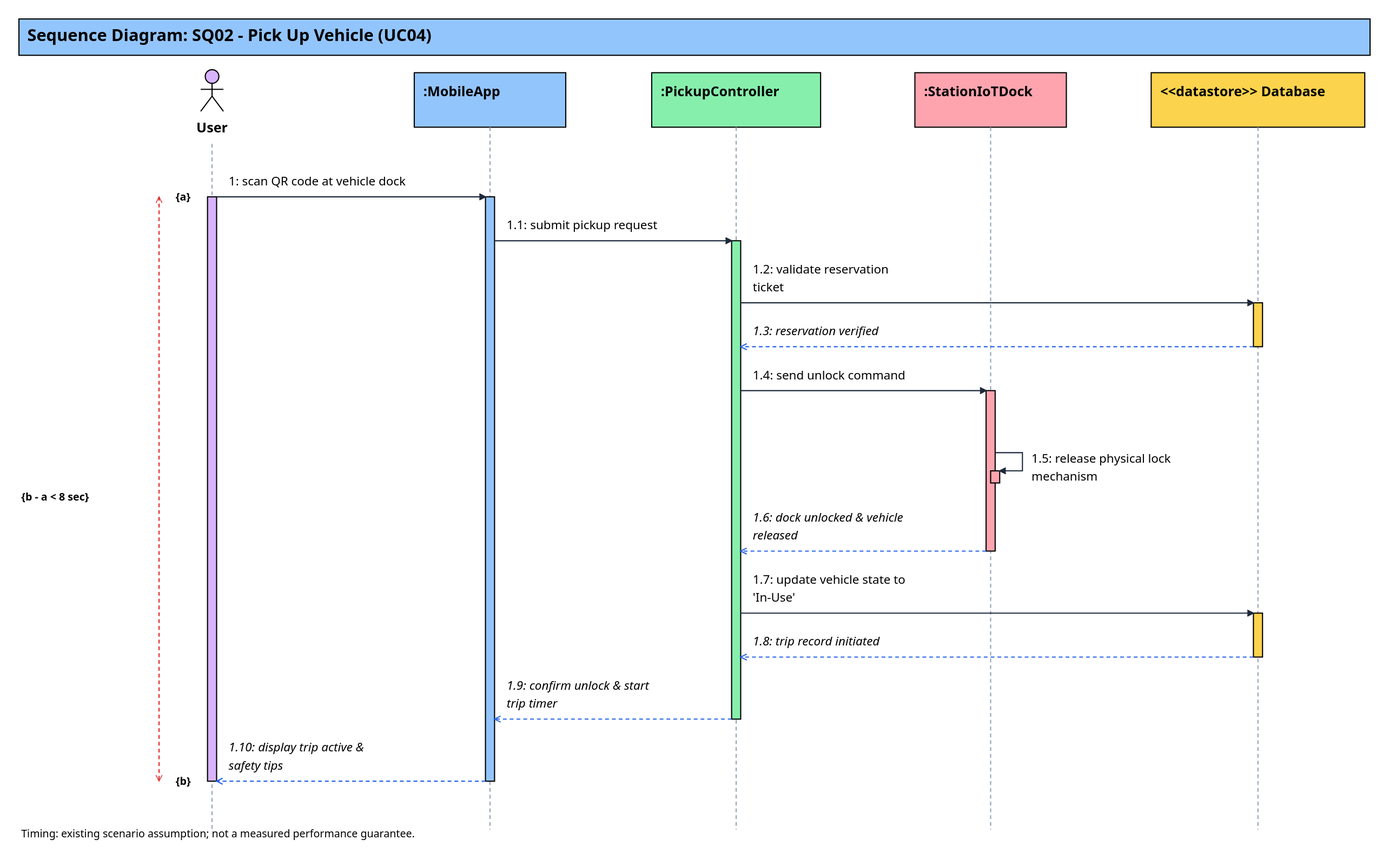
Before: 01_Diagram/02_Sequence_Diagram/SQ02-Pick_Up_Vehicle.drawio.svg, a diagram exported from draw.io (YdtTran/software-engineerning). Source tidied: cells renumbered, new cells last; positions are measured from the earlier drawing's top-left corner, leaving out a move shared by most shapes.
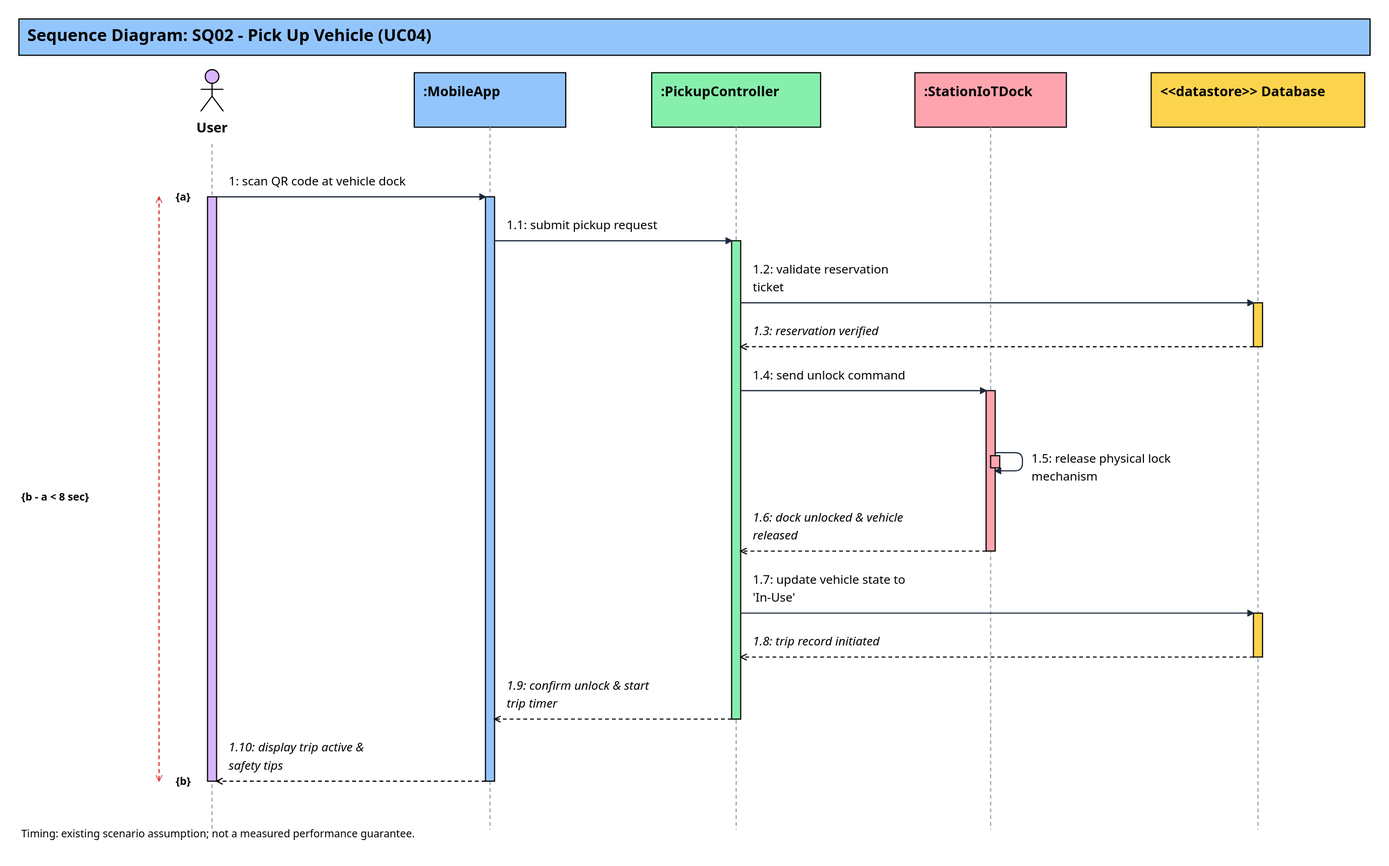
After the change.

Change to the diagram source:
```diff
@@ -116,7 +116,7 @@
     <mxCell id="31" value="1.2: validate reservation&#10;ticket" style="html=0;fontFamily=Segoe UI;fontSize=16;fillColor=none;strokeColor=none;whiteSpace=wrap;text;align=left;verticalAlign=top;spacing=0;fontColor=#000000;fontSize=16;fontStyle=0;" parent="1" vertex="1">
       <mxGeometry x="969" y="319" width="292" height="48" as="geometry" />
     </mxCell>
-    <mxCell id="32" style="html=0;noEdgeStyle=1;rounded=0;strokeColor=#2563eb;strokeWidth=1.5;endArrow=open;endFill=0;dashed=1;" parent="1" edge="1">
+    <mxCell id="32" style="html=0;noEdgeStyle=1;rounded=0;strokeColor=#000000;strokeWidth=1.5;endArrow=open;endFill=0;dashed=1;" parent="1" edge="1">
       <mxGeometry relative="1" as="geometry">
         <mxPoint x="1630" y="433" as="sourcePoint" />
         <mxPoint x="953" y="433" as="targetPoint" />
@@ -135,12 +135,12 @@
       <mxGeometry x="969" y="459" width="292" height="24" as="geometry" />
     </mxCell>
     <mxCell id="36" style="html=0;fontFamily=Segoe UI;fontSize=16;fillColor=#fda4af;strokeColor=#000000;whiteSpace=wrap;" parent="1" vertex="1">
-      <mxGeometry x="1283" y="597" width="12" height="16" as="geometry" />
+      <mxGeometry x="1283" y="577" width="12" height="16" as="geometry" />
     </mxCell>
-    <mxCell id="37" style="html=0;noEdgeStyle=1;rounded=0;strokeColor=#1e293b;strokeWidth=1.5;endArrow=block;endFill=1;dashed=0;" parent="1" edge="1">
+    <mxCell id="37" style="html=0;noEdgeStyle=1;rounded=1;arcSize=20;strokeColor=#1e293b;strokeWidth=1.5;endArrow=block;endFill=1;dashed=0;" parent="1" edge="1">
       <mxGeometry relative="1" as="geometry">
         <mxPoint x="1289" y="573" as="sourcePoint" />
-        <mxPoint x="1295" y="597" as="targetPoint" />
+        <mxPoint x="1289" y="597" as="targetPoint" />
         <Array as="points">
           <mxPoint x="1325" y="573" />
           <mxPoint x="1325" y="597" />
@@ -150,7 +150,7 @@
     <mxCell id="38" value="1.5: release physical lock&#10;mechanism" style="html=0;fontFamily=Segoe UI;fontSize=16;fillColor=none;strokeColor=none;whiteSpace=wrap;text;align=left;verticalAlign=top;spacing=0;fontColor=#000000;fontSize=16;fontStyle=0;" parent="1" vertex="1">
       <mxGeometry x="1337" y="569" width="271" height="48" as="geometry" />
     </mxCell>
-    <mxCell id="39" style="html=0;noEdgeStyle=1;rounded=0;strokeColor=#2563eb;strokeWidth=1.5;endArrow=open;endFill=0;dashed=1;" parent="1" edge="1">
+    <mxCell id="39" style="html=0;noEdgeStyle=1;rounded=0;strokeColor=#000000;strokeWidth=1.5;endArrow=open;endFill=0;dashed=1;" parent="1" edge="1">
       <mxGeometry relative="1" as="geometry">
         <mxPoint x="1277" y="703" as="sourcePoint" />
         <mxPoint x="953" y="703" as="targetPoint" />
@@ -168,7 +168,7 @@
     <mxCell id="42" value="1.7: update vehicle state to&#10;'In-Use'" style="html=0;fontFamily=Segoe UI;fontSize=16;fillColor=none;strokeColor=none;whiteSpace=wrap;text;align=left;verticalAlign=top;spacing=0;fontColor=#000000;fontSize=16;fontStyle=0;" parent="1" vertex="1">
       <mxGeometry x="969" y="729" width="292" height="48" as="geometry" />
     </mxCell>
-    <mxCell id="43" style="html=0;noEdgeStyle=1;rounded=0;strokeColor=#2563eb;strokeWidth=1.5;endArrow=open;endFill=0;dashed=1;" parent="1" edge="1">
+    <mxCell id="43" style="html=0;noEdgeStyle=1;rounded=0;strokeColor=#000000;strokeWidth=1.5;endArrow=open;endFill=0;dashed=1;" parent="1" edge="1">
       <mxGeometry relative="1" as="geometry">
         <mxPoint x="1630" y="843" as="sourcePoint" />
         <mxPoint x="953" y="843" as="targetPoint" />
@@ -177,7 +177,7 @@
     <mxCell id="44" value="1.8: trip record initiated" style="html=0;fontFamily=Segoe UI;fontSize=16;fillColor=none;strokeColor=none;whiteSpace=wrap;text;align=left;verticalAlign=top;spacing=0;fontColor=#000000;fontSize=16;fontStyle=2;" parent="1" vertex="1">
       <mxGeometry x="969" y="811" width="292" height="24" as="geometry" />
     </mxCell>
-    <mxCell id="45" style="html=0;noEdgeStyle=1;rounded=0;strokeColor=#2563eb;strokeWidth=1.5;endArrow=open;endFill=0;dashed=1;" parent="1" edge="1">
+    <mxCell id="45" style="html=0;noEdgeStyle=1;rounded=0;strokeColor=#000000;strokeWidth=1.5;endArrow=open;endFill=0;dashed=1;" parent="1" edge="1">
       <mxGeometry relative="1" as="geometry">
         <mxPoint x="941" y="925" as="sourcePoint" />
         <mxPoint x="628" y="925" as="targetPoint" />
@@ -186,7 +186,7 @@
     <mxCell id="46" value="1.9: confirm unlock &amp; start&#10;trip timer" style="html=0;fontFamily=Segoe UI;fontSize=16;fillColor=none;strokeColor=none;whiteSpace=wrap;text;align=left;verticalAlign=top;spacing=0;fontColor=#000000;fontSize=16;fontStyle=2;" parent="1" vertex="1">
       <mxGeometry x="644" y="869" width="281" height="48" as="geometry" />
     </mxCell>
-    <mxCell id="47" style="html=0;noEdgeStyle=1;rounded=0;strokeColor=#2563eb;strokeWidth=1.5;endArrow=open;endFill=0;dashed=1;" parent="1" edge="1">
+    <mxCell id="47" style="html=0;noEdgeStyle=1;rounded=0;strokeColor=#000000;strokeWidth=1.5;endArrow=open;endFill=0;dashed=1;" parent="1" edge="1">
       <mxGeometry relative="1" as="geometry">
         <mxPoint x="616" y="1007" as="sourcePoint" />
         <mxPoint x="261" y="1007" as="targetPoint" />
```
